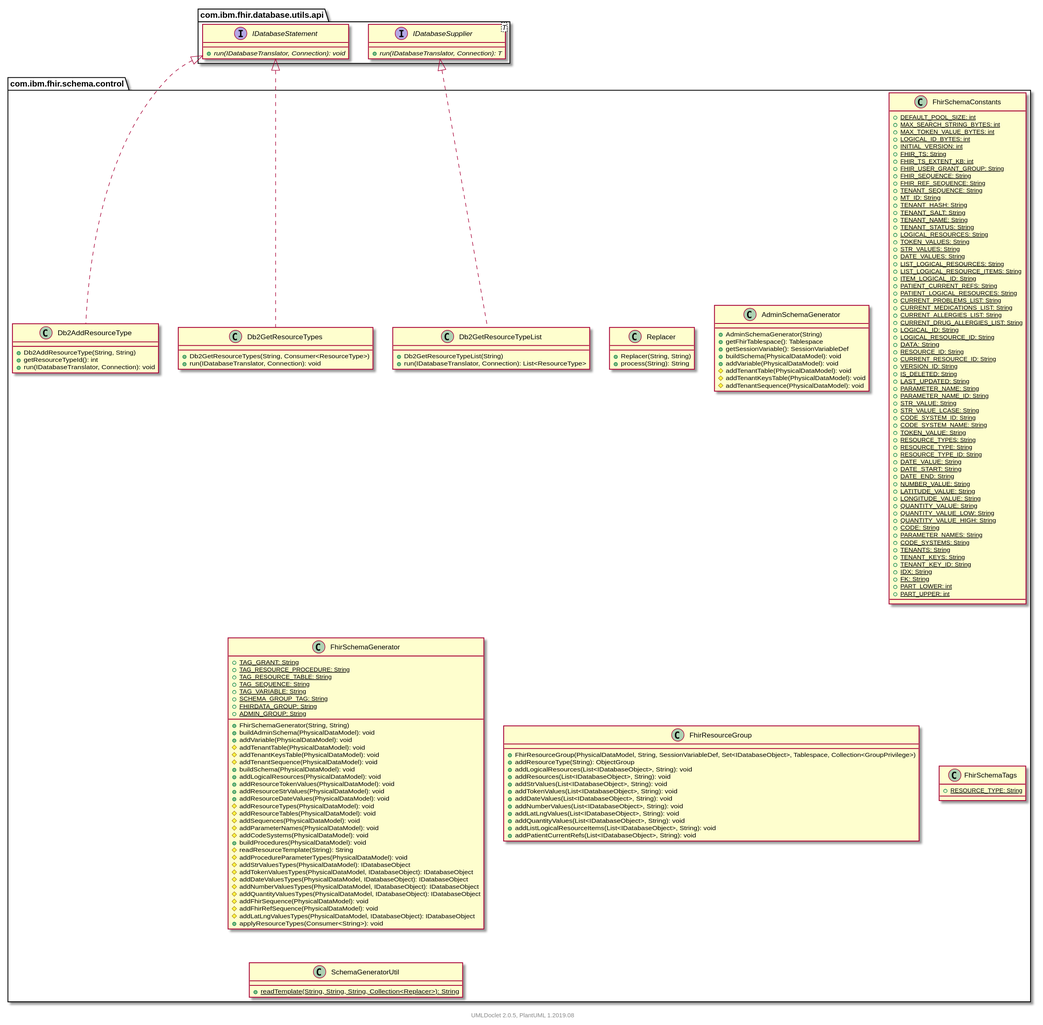
The PlantUML diagram javadocs/latest/com/ibm/fhir/schema/control/package.svg in tumblewind/FHIR, before a commit.
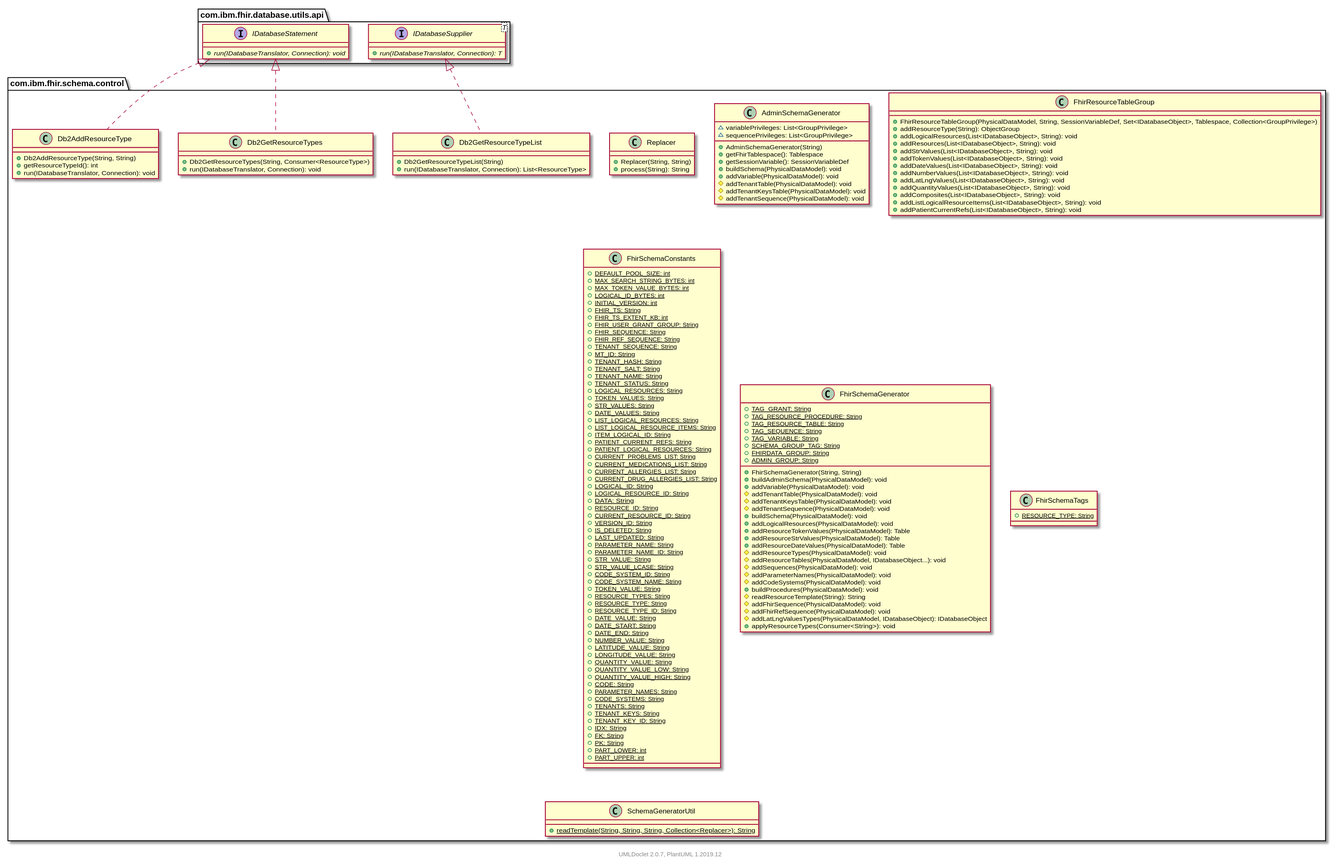
Above is the later version.

Diff of the diagram source:
```diff
@@ -7,6 +7,8 @@
         }
 
         class AdminSchemaGenerator [[AdminSchemaGenerator.html]] {
+            ~variablePrivileges: List<GroupPrivilege>
+            ~sequencePrivileges: List<GroupPrivilege>
             +AdminSchemaGenerator(String)
             +getFhirTablespace(): Tablespace
             +getSessionVariable(): SessionVariableDef
@@ -20,6 +22,22 @@
         class Db2GetResourceTypeList [[Db2GetResourceTypeList.html]] {
             +Db2GetResourceTypeList(String)
             +run(IDatabaseTranslator, Connection): List<ResourceType>
+        }
+
+        class FhirResourceTableGroup [[FhirResourceTableGroup.html]] {
+            +FhirResourceTableGroup(PhysicalDataModel, String, SessionVariableDef, Set<IDatabaseObject>, Tablespace, Collection<GroupPrivilege>)
+            +addResourceType(String): ObjectGroup
+            +addLogicalResources(List<IDatabaseObject>, String): void
+            +addResources(List<IDatabaseObject>, String): void
+            +addStrValues(List<IDatabaseObject>, String): void
+            +addTokenValues(List<IDatabaseObject>, String): void
+            +addDateValues(List<IDatabaseObject>, String): void
+            +addNumberValues(List<IDatabaseObject>, String): void
+            +addLatLngValues(List<IDatabaseObject>, String): void
+            +addQuantityValues(List<IDatabaseObject>, String): void
+            +addComposites(List<IDatabaseObject>, String): void
+            +addListLogicalResourceItems(List<IDatabaseObject>, String): void
+            +addPatientCurrentRefs(List<IDatabaseObject>, String): void
         }
 
         class Db2GetResourceTypes [[Db2GetResourceTypes.html]] {
@@ -92,6 +110,7 @@
             {static} +TENANT_KEY_ID: String
             {static} +IDX: String
             {static} +FK: String
+            {static} +PK: String
             {static} +PART_LOWER: int
             {static} +PART_UPPER: int
         }
@@ -113,41 +132,20 @@
             #addTenantSequence(PhysicalDataModel): void
             +buildSchema(PhysicalDataModel): void
             +addLogicalResources(PhysicalDataModel): void
-            +addResourceTokenValues(PhysicalDataModel): void
-            +addResourceStrValues(PhysicalDataModel): void
-            +addResourceDateValues(PhysicalDataModel): void
+            +addResourceTokenValues(PhysicalDataModel): Table
+            +addResourceStrValues(PhysicalDataModel): Table
+            +addResourceDateValues(PhysicalDataModel): Table
             #addResourceTypes(PhysicalDataModel): void
-            #addResourceTables(PhysicalDataModel): void
+            #addResourceTables(PhysicalDataModel, IDatabaseObject...): void
             #addSequences(PhysicalDataModel): void
             #addParameterNames(PhysicalDataModel): void
             #addCodeSystems(PhysicalDataModel): void
             +buildProcedures(PhysicalDataModel): void
             #readResourceTemplate(String): String
-            #addProcedureParameterTypes(PhysicalDataModel): void
-            #addStrValuesTypes(PhysicalDataModel): IDatabaseObject
-            #addTokenValuesTypes(PhysicalDataModel, IDatabaseObject): IDatabaseObject
-            #addDateValuesTypes(PhysicalDataModel, IDatabaseObject): IDatabaseObject
-            #addNumberValuesTypes(PhysicalDataModel, IDatabaseObject): IDatabaseObject
-            #addQuantityValuesTypes(PhysicalDataModel, IDatabaseObject): IDatabaseObject
             #addFhirSequence(PhysicalDataModel): void
             #addFhirRefSequence(PhysicalDataModel): void
             #addLatLngValuesTypes(PhysicalDataModel, IDatabaseObject): IDatabaseObject
             +applyResourceTypes(Consumer<String>): void
-        }
-
-        class FhirResourceGroup [[FhirResourceGroup.html]] {
-            +FhirResourceGroup(PhysicalDataModel, String, SessionVariableDef, Set<IDatabaseObject>, Tablespace, Collection<GroupPrivilege>)
-            +addResourceType(String): ObjectGroup
-            +addLogicalResources(List<IDatabaseObject>, String): void
-            +addResources(List<IDatabaseObject>, String): void
-            +addStrValues(List<IDatabaseObject>, String): void
-            +addTokenValues(List<IDatabaseObject>, String): void
-            +addDateValues(List<IDatabaseObject>, String): void
-            +addNumberValues(List<IDatabaseObject>, String): void
-            +addLatLngValues(List<IDatabaseObject>, String): void
-            +addQuantityValues(List<IDatabaseObject>, String): void
-            +addListLogicalResourceItems(List<IDatabaseObject>, String): void
-            +addPatientCurrentRefs(List<IDatabaseObject>, String): void
         }
 
         class Db2AddResourceType [[Db2AddResourceType.html]] {
@@ -178,5 +176,5 @@
         }
     }
 
-    center footer UMLDoclet 2.0.5, PlantUML 1.2019.08
+    center footer UMLDoclet 2.0.7, PlantUML 1.2019.12
 @enduml
```
